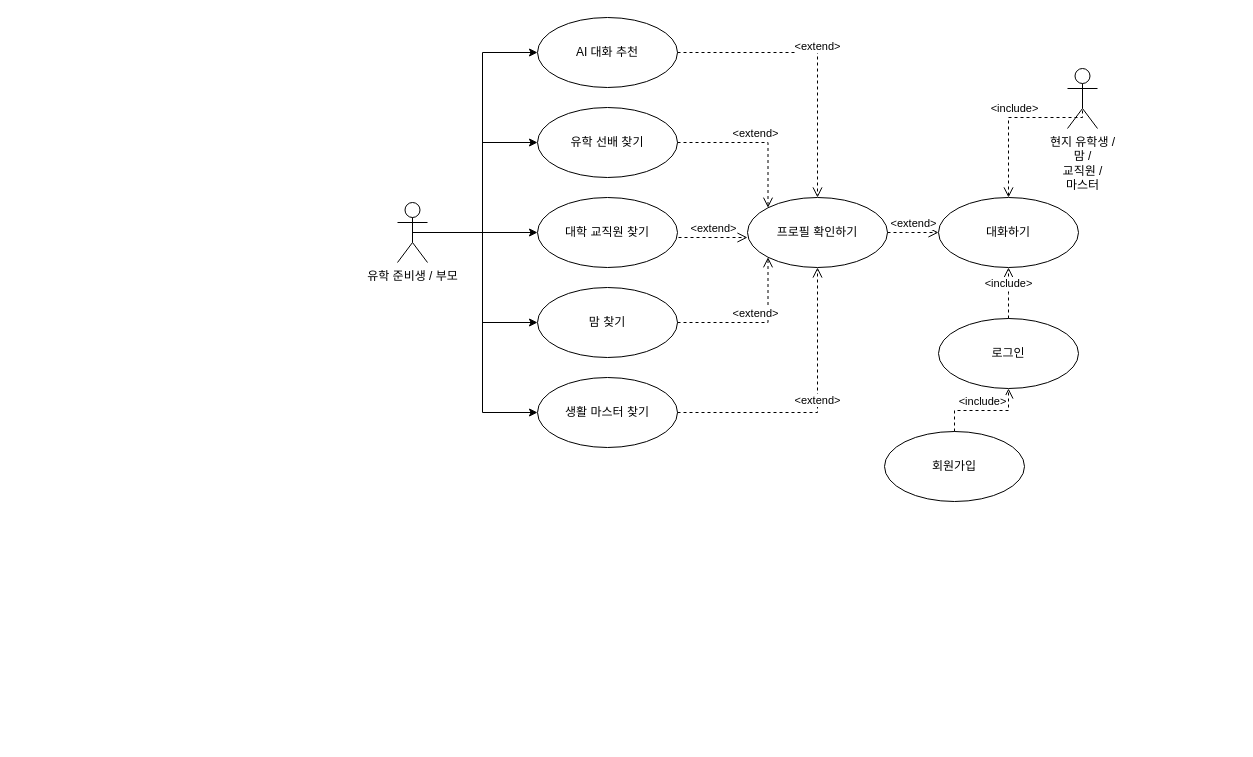
to9passion/preprocessingARGO keeps this draw.io diagram as userCaseDiagram.drawio. Above is the earlier version. Source tidied: cells renumbered, new cells numbered last; positions are measured from the earlier drawing's top-left corner, leaving out a move shared by most shapes. Both pictures are drawn from the tidied source at 100%, with x=0, y=0 at pixel (397, 17).
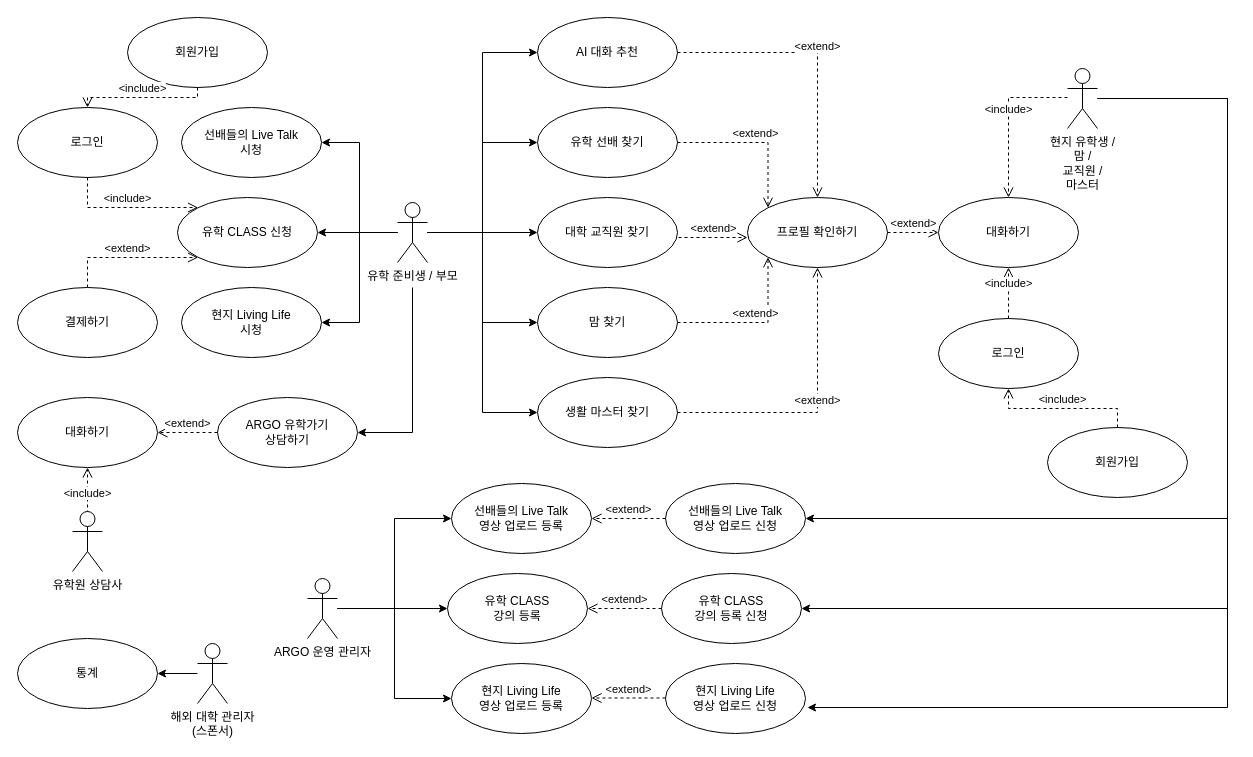
The same diagram, later.

Unchanged cells that the change refers to:
```xml
<mxCell id="7" value="유학 준비생 / 부모" style="shape=umlActor;verticalLabelPosition=bottom;verticalAlign=top;html=1;" parent="1" vertex="1">
  <mxGeometry y="185" width="30" height="60" as="geometry" />
</mxCell>
<mxCell id="8" value="대학 교직원 찾기" style="ellipse;whiteSpace=wrap;html=1;" parent="1" vertex="1">
  <mxGeometry x="140" y="180" width="140" height="70" as="geometry" />
</mxCell>
<mxCell id="9" value="AI 대화 추천" style="ellipse;whiteSpace=wrap;html=1;" parent="1" vertex="1">
  <mxGeometry x="140" width="140" height="70" as="geometry" />
</mxCell>
<mxCell id="10" value="유학 선배 찾기" style="ellipse;whiteSpace=wrap;html=1;" parent="1" vertex="1">
  <mxGeometry x="140" y="90" width="140" height="70" as="geometry" />
</mxCell>
<mxCell id="11" value="맘 찾기" style="ellipse;whiteSpace=wrap;html=1;" parent="1" vertex="1">
  <mxGeometry x="140" y="270" width="140" height="70" as="geometry" />
</mxCell>
<mxCell id="12" value="생활 마스터 찾기" style="ellipse;whiteSpace=wrap;html=1;" parent="1" vertex="1">
  <mxGeometry x="140" y="360" width="140" height="70" as="geometry" />
</mxCell>
<mxCell id="14" value="대화하기" style="ellipse;whiteSpace=wrap;html=1;" parent="1" vertex="1">
  <mxGeometry x="541" y="180" width="140" height="70" as="geometry" />
</mxCell>
<mxCell id="26" value="현지 유학생 /&lt;br&gt;맘 /&lt;br&gt;교직원 /&lt;br&gt;마스터" style="shape=umlActor;verticalLabelPosition=bottom;verticalAlign=top;html=1;" parent="1" vertex="1">
  <mxGeometry x="670" y="51" width="30" height="60" as="geometry" />
</mxCell>
```

Diff of the diagram source:
```diff
@@
+    <mxCell id="4" style="edgeStyle=orthogonalEdgeStyle;rounded=0;jettySize=auto;html=1;entryX=0;entryY=0.5;entryDx=0;entryDy=0;" parent="1" edge="1" source="7" target="8">
+      <mxGeometry relative="1" as="geometry" />
+    </mxCell>
-    <mxCell id="2" style="edgeStyle=orthogonalEdgeStyle;rounded=0;jettySize=auto;html=1;exitX=0.5;exitY=0.5;exitDx=0;exitDy=0;exitPerimeter=0;entryX=0;entryY=0.5;entryDx=0;entryDy=0;" parent="1" edge="1" source="7" target="9">
+    <mxCell id="2" style="edgeStyle=orthogonalEdgeStyle;rounded=0;jettySize=auto;html=1;entryX=0;entryY=0.5;entryDx=0;entryDy=0;" parent="1" edge="1" source="7" target="9">
       <mxGeometry relative="1" as="geometry" />
     </mxCell>
-    <mxCell id="3" style="edgeStyle=orthogonalEdgeStyle;rounded=0;jettySize=auto;html=1;exitX=0.5;exitY=0.5;exitDx=0;exitDy=0;exitPerimeter=0;entryX=0;entryY=0.5;entryDx=0;entryDy=0;" parent="1" edge="1" source="7" target="10">
+    <mxCell id="3" style="edgeStyle=orthogonalEdgeStyle;rounded=0;jettySize=auto;html=1;entryX=0;entryY=0.5;entryDx=0;entryDy=0;" parent="1" edge="1" source="7" target="10">
       <mxGeometry relative="1" as="geometry" />
     </mxCell>
-    <mxCell id="4" style="edgeStyle=orthogonalEdgeStyle;rounded=0;jettySize=auto;html=1;exitX=0.5;exitY=0.5;exitDx=0;exitDy=0;exitPerimeter=0;" parent="1" edge="1" source="7" target="8">
-      <mxGeometry relative="1" as="geometry" />
-    </mxCell>
-    <mxCell id="5" style="edgeStyle=orthogonalEdgeStyle;rounded=0;jettySize=auto;html=1;exitX=0.5;exitY=0.5;exitDx=0;exitDy=0;exitPerimeter=0;entryX=0;entryY=0.5;entryDx=0;entryDy=0;" parent="1" edge="1" source="7" target="11">
+    <mxCell id="5" style="edgeStyle=orthogonalEdgeStyle;rounded=0;jettySize=auto;html=1;entryX=0;entryY=0.5;entryDx=0;entryDy=0;" parent="1" edge="1" source="7" target="11">
       <mxGeometry relative="1" as="geometry" />
     </mxCell>
-    <mxCell id="6" style="edgeStyle=orthogonalEdgeStyle;rounded=0;jettySize=auto;html=1;exitX=0.5;exitY=0.5;exitDx=0;exitDy=0;exitPerimeter=0;entryX=0;entryY=0.5;entryDx=0;entryDy=0;" parent="1" edge="1" source="7" target="12">
+    <mxCell id="6" style="edgeStyle=orthogonalEdgeStyle;rounded=0;jettySize=auto;html=1;entryX=0;entryY=0.5;entryDx=0;entryDy=0;" parent="1" edge="1" source="7" target="12">
       <mxGeometry relative="1" as="geometry" />
     </mxCell>
+    <mxCell id="27" style="edgeStyle=orthogonalEdgeStyle;rounded=0;jettySize=auto;html=1;entryX=1;entryY=0.5;entryDx=0;entryDy=0;" parent="1" edge="1" source="7" target="34">
+      <mxGeometry relative="1" as="geometry" />
+    </mxCell>
+    <mxCell id="28" style="edgeStyle=orthogonalEdgeStyle;rounded=0;jettySize=auto;html=1;entryX=1;entryY=0.5;entryDx=0;entryDy=0;" parent="1" edge="1" source="7" target="41">
+      <mxGeometry relative="1" as="geometry" />
+    </mxCell>
+    <mxCell id="29" style="edgeStyle=orthogonalEdgeStyle;rounded=0;jettySize=auto;html=1;entryX=1;entryY=0.5;entryDx=0;entryDy=0;" parent="1" edge="1" source="7" target="42">
+      <mxGeometry relative="1" as="geometry" />
+    </mxCell>
+    <mxCell id="30" style="edgeStyle=orthogonalEdgeStyle;rounded=0;jettySize=auto;html=1;entryX=1;entryY=0.5;entryDx=0;entryDy=0;" parent="1" edge="1" target="56">
+      <mxGeometry relative="1" as="geometry">
+        <mxPoint x="15" y="270" as="sourcePoint" />
+        <Array as="points">
+          <mxPoint x="15" y="415" />
+        </Array>
+      </mxGeometry>
+    </mxCell>
@@
     <mxCell id="16" value="회원가입" style="ellipse;whiteSpace=wrap;html=1;" parent="1" vertex="1">
-      <mxGeometry x="487" y="414" width="140" height="70" as="geometry" />
+      <mxGeometry x="650" y="410" width="140" height="70" as="geometry" />
     </mxCell>
@@
-    <mxCell id="25" value="&amp;lt;include&amp;gt;" style="html=1;verticalAlign=bottom;endArrow=open;dashed=1;endSize=8;edgeStyle=elbowEdgeStyle;elbow=vertical;curved=0;rounded=0;exitX=0.5;exitY=0.5;exitDx=0;exitDy=0;exitPerimeter=0;entryX=0.5;entryY=0;entryDx=0;entryDy=0;" parent="1" edge="1" source="26" target="14">
+    <mxCell id="25" value="&amp;lt;include&amp;gt;" style="html=1;verticalAlign=bottom;endArrow=open;dashed=1;endSize=8;edgeStyle=elbowEdgeStyle;elbow=vertical;curved=0;rounded=0;entryX=0.5;entryY=0;entryDx=0;entryDy=0;" parent="1" edge="1" target="14">
       <mxGeometry relative="1" as="geometry">
+        <mxPoint x="670" y="80" as="sourcePoint" />
         <Array as="points">
-          <mxPoint x="690" y="100" />
+          <mxPoint x="640" y="80" />
           <mxPoint x="770" y="220" />
         </Array>
       </mxGeometry>
     </mxCell>
+    <mxCell id="31" style="edgeStyle=orthogonalEdgeStyle;rounded=0;jettySize=auto;html=1;entryX=1;entryY=0.5;entryDx=0;entryDy=0;" parent="1" edge="1" source="26" target="44">
+      <mxGeometry relative="1" as="geometry">
+        <Array as="points">
+          <mxPoint x="830" y="81" />
+          <mxPoint x="830" y="501" />
+        </Array>
+      </mxGeometry>
+    </mxCell>
+    <mxCell id="32" style="edgeStyle=orthogonalEdgeStyle;rounded=0;jettySize=auto;html=1;entryX=1;entryY=0.5;entryDx=0;entryDy=0;" parent="1" edge="1" source="26" target="43">
+      <mxGeometry relative="1" as="geometry">
+        <Array as="points">
+          <mxPoint x="830" y="81" />
+          <mxPoint x="830" y="591" />
+        </Array>
+      </mxGeometry>
+    </mxCell>
+    <mxCell id="33" style="edgeStyle=orthogonalEdgeStyle;rounded=0;jettySize=auto;html=1;entryX=1.014;entryY=0.629;entryDx=0;entryDy=0;entryPerimeter=0;" parent="1" edge="1" source="26" target="45">
+      <mxGeometry relative="1" as="geometry">
+        <Array as="points">
+          <mxPoint x="830" y="81" />
+          <mxPoint x="830" y="690" />
+        </Array>
+      </mxGeometry>
+    </mxCell>
@@
+    <mxCell id="34" value="유학 CLASS 신청" style="ellipse;whiteSpace=wrap;html=1;" parent="1" vertex="1">
+      <mxGeometry x="-220" y="180" width="140" height="70" as="geometry" />
+    </mxCell>
+    <mxCell id="35" value="로그인" style="ellipse;whiteSpace=wrap;html=1;" parent="1" vertex="1">
+      <mxGeometry x="-380" y="90" width="140" height="70" as="geometry" />
+    </mxCell>
+    <mxCell id="36" value="&amp;lt;include&amp;gt;" style="html=1;verticalAlign=bottom;endArrow=open;dashed=1;endSize=8;edgeStyle=elbowEdgeStyle;elbow=vertical;curved=0;rounded=0;exitX=0.5;exitY=1;exitDx=0;exitDy=0;entryX=0;entryY=0;entryDx=0;entryDy=0;" parent="1" edge="1" source="35" target="34">
+      <mxGeometry relative="1" as="geometry">
+        <Array as="points">
+          <mxPoint x="-250" y="190" />
+        </Array>
+      </mxGeometry>
+    </mxCell>
+    <mxCell id="37" value="회원가입" style="ellipse;whiteSpace=wrap;html=1;" parent="1" vertex="1">
+      <mxGeometry x="-270" width="140" height="70" as="geometry" />
+    </mxCell>
+    <mxCell id="38" value="&amp;lt;extend&amp;gt;" style="html=1;verticalAlign=bottom;endArrow=open;dashed=1;endSize=8;edgeStyle=elbowEdgeStyle;elbow=vertical;curved=0;rounded=0;exitX=0.5;exitY=0;exitDx=0;exitDy=0;entryX=0;entryY=1;entryDx=0;entryDy=0;" parent="1" edge="1" source="39" target="34">
+      <mxGeometry relative="1" as="geometry">
+        <Array as="points">
+          <mxPoint x="-260" y="240" />
+        </Array>
+      </mxGeometry>
+    </mxCell>
+    <mxCell id="39" value="결제하기" style="ellipse;whiteSpace=wrap;html=1;" parent="1" vertex="1">
+      <mxGeometry x="-380" y="270" width="140" height="70" as="geometry" />
+    </mxCell>
+    <mxCell id="40" value="&amp;lt;include&amp;gt;" style="html=1;verticalAlign=bottom;endArrow=open;dashed=1;endSize=8;edgeStyle=elbowEdgeStyle;elbow=vertical;curved=0;rounded=0;exitX=0.5;exitY=1;exitDx=0;exitDy=0;entryX=0.5;entryY=0;entryDx=0;entryDy=0;" parent="1" edge="1" source="37" target="35">
+      <mxGeometry relative="1" as="geometry" />
+    </mxCell>
+    <mxCell id="41" value="선배들의 Live Talk&lt;br&gt;시청" style="ellipse;whiteSpace=wrap;html=1;" parent="1" vertex="1">
+      <mxGeometry x="-216" y="90" width="140" height="70" as="geometry" />
+    </mxCell>
+    <mxCell id="42" value="현지 Living Life&lt;br&gt;시청" style="ellipse;whiteSpace=wrap;html=1;" parent="1" vertex="1">
+      <mxGeometry x="-216" y="270" width="140" height="70" as="geometry" />
+    </mxCell>
+    <mxCell id="43" value="유학 CLASS&lt;br&gt;강의 등록 신청" style="ellipse;whiteSpace=wrap;html=1;" parent="1" vertex="1">
+      <mxGeometry x="264" y="556" width="140" height="70" as="geometry" />
+    </mxCell>
+    <mxCell id="44" value="선배들의 Live Talk&lt;br&gt;영상 업로드 신청" style="ellipse;whiteSpace=wrap;html=1;" parent="1" vertex="1">
+      <mxGeometry x="268" y="466" width="140" height="70" as="geometry" />
+    </mxCell>
+    <mxCell id="45" value="현지 Living Life&lt;br&gt;영상 업로드 신청" style="ellipse;whiteSpace=wrap;html=1;" parent="1" vertex="1">
+      <mxGeometry x="268" y="646" width="140" height="70" as="geometry" />
+    </mxCell>
+    <mxCell id="46" value="유학 CLASS&lt;br&gt;강의 등록" style="ellipse;whiteSpace=wrap;html=1;" parent="1" vertex="1">
+      <mxGeometry x="50" y="556" width="140" height="70" as="geometry" />
+    </mxCell>
+    <mxCell id="47" value="선배들의 Live Talk&lt;br&gt;영상 업로드 등록" style="ellipse;whiteSpace=wrap;html=1;" parent="1" vertex="1">
+      <mxGeometry x="54" y="466" width="140" height="70" as="geometry" />
+    </mxCell>
+    <mxCell id="48" value="현지 Living Life&lt;br&gt;영상 업로드 등록" style="ellipse;whiteSpace=wrap;html=1;" parent="1" vertex="1">
+      <mxGeometry x="54" y="646" width="140" height="70" as="geometry" />
+    </mxCell>
+    <mxCell id="49" value="&amp;lt;extend&amp;gt;" style="html=1;verticalAlign=bottom;endArrow=open;dashed=1;endSize=8;edgeStyle=elbowEdgeStyle;elbow=vertical;curved=0;rounded=0;exitX=0;exitY=0.5;exitDx=0;exitDy=0;entryX=1;entryY=0.5;entryDx=0;entryDy=0;" parent="1" edge="1" source="44" target="47">
+      <mxGeometry relative="1" as="geometry">
+        <Array as="points">
+          <mxPoint x="230" y="501" />
+        </Array>
+      </mxGeometry>
+    </mxCell>
+    <mxCell id="50" value="&amp;lt;extend&amp;gt;" style="html=1;verticalAlign=bottom;endArrow=open;dashed=1;endSize=8;edgeStyle=elbowEdgeStyle;elbow=vertical;curved=0;rounded=0;exitX=0;exitY=0.5;exitDx=0;exitDy=0;entryX=1;entryY=0.5;entryDx=0;entryDy=0;" parent="1" edge="1" source="43" target="46">
+      <mxGeometry relative="1" as="geometry">
+        <Array as="points">
+          <mxPoint x="230" y="591" />
+        </Array>
+      </mxGeometry>
+    </mxCell>
+    <mxCell id="51" value="&amp;lt;extend&amp;gt;" style="html=1;verticalAlign=bottom;endArrow=open;dashed=1;endSize=8;edgeStyle=elbowEdgeStyle;elbow=vertical;curved=0;rounded=0;exitX=0;exitY=0.5;exitDx=0;exitDy=0;entryX=1;entryY=0.5;entryDx=0;entryDy=0;" parent="1" edge="1">
+      <mxGeometry relative="1" as="geometry">
+        <mxPoint x="268" y="680.5" as="sourcePoint" />
+        <mxPoint x="194" y="680.5" as="targetPoint" />
+        <Array as="points">
+          <mxPoint x="234" y="680.5" />
+        </Array>
+      </mxGeometry>
+    </mxCell>
+    <mxCell id="52" style="edgeStyle=orthogonalEdgeStyle;rounded=0;jettySize=auto;html=1;entryX=0;entryY=0.5;entryDx=0;entryDy=0;" parent="1" edge="1" source="55" target="47">
+      <mxGeometry relative="1" as="geometry" />
+    </mxCell>
+    <mxCell id="53" style="edgeStyle=orthogonalEdgeStyle;rounded=0;jettySize=auto;html=1;" parent="1" edge="1" source="55" target="46">
+      <mxGeometry relative="1" as="geometry" />
+    </mxCell>
+    <mxCell id="54" style="edgeStyle=orthogonalEdgeStyle;rounded=0;jettySize=auto;html=1;entryX=0;entryY=0.5;entryDx=0;entryDy=0;" parent="1" edge="1" source="55" target="48">
+      <mxGeometry relative="1" as="geometry" />
+    </mxCell>
+    <mxCell id="55" value="ARGO 운영 관리자" style="shape=umlActor;verticalLabelPosition=bottom;verticalAlign=top;html=1;" parent="1" vertex="1">
+      <mxGeometry x="-90" y="561" width="30" height="60" as="geometry" />
+    </mxCell>
+    <mxCell id="56" value="ARGO 유학가기&lt;br&gt;상담하기" style="ellipse;whiteSpace=wrap;html=1;" parent="1" vertex="1">
+      <mxGeometry x="-180" y="380" width="140" height="70" as="geometry" />
+    </mxCell>
+    <mxCell id="57" value="대화하기" style="ellipse;whiteSpace=wrap;html=1;" parent="1" vertex="1">
+      <mxGeometry x="-380" y="380" width="140" height="70" as="geometry" />
+    </mxCell>
+    <mxCell id="58" value="&amp;lt;extend&amp;gt;" style="html=1;verticalAlign=bottom;endArrow=open;dashed=1;endSize=8;edgeStyle=elbowEdgeStyle;elbow=vertical;curved=0;rounded=0;exitX=0;exitY=0.5;exitDx=0;exitDy=0;entryX=1;entryY=0.5;entryDx=0;entryDy=0;" parent="1" edge="1" source="56" target="57">
+      <mxGeometry relative="1" as="geometry">
+        <Array as="points">
+          <mxPoint x="-190" y="415" />
+        </Array>
+      </mxGeometry>
+    </mxCell>
+    <mxCell id="59" value="&amp;lt;include&amp;gt;" style="html=1;verticalAlign=bottom;endArrow=open;dashed=1;endSize=8;edgeStyle=elbowEdgeStyle;elbow=vertical;curved=0;rounded=0;entryX=0.5;entryY=1;entryDx=0;entryDy=0;" parent="1" edge="1" target="57">
+      <mxGeometry relative="1" as="geometry">
+        <mxPoint x="-310" y="520" as="sourcePoint" />
+      </mxGeometry>
+    </mxCell>
+    <mxCell id="60" value="유학원 상담사" style="shape=umlActor;verticalLabelPosition=bottom;verticalAlign=top;html=1;" parent="1" vertex="1">
+      <mxGeometry x="-325" y="494" width="30" height="60" as="geometry" />
+    </mxCell>
+    <mxCell id="61" style="edgeStyle=orthogonalEdgeStyle;rounded=0;jettySize=auto;html=1;entryX=1;entryY=0.5;entryDx=0;entryDy=0;" parent="1" edge="1" source="62" target="63">
+      <mxGeometry relative="1" as="geometry" />
+    </mxCell>
+    <mxCell id="62" value="해외 대학 관리자&lt;br&gt;(스폰서)" style="shape=umlActor;verticalLabelPosition=bottom;verticalAlign=top;html=1;" parent="1" vertex="1">
+      <mxGeometry x="-200" y="626" width="30" height="60" as="geometry" />
+    </mxCell>
+    <mxCell id="63" value="통계" style="ellipse;whiteSpace=wrap;html=1;" parent="1" vertex="1">
+      <mxGeometry x="-380" y="621" width="140" height="70" as="geometry" />
+    </mxCell>
```
